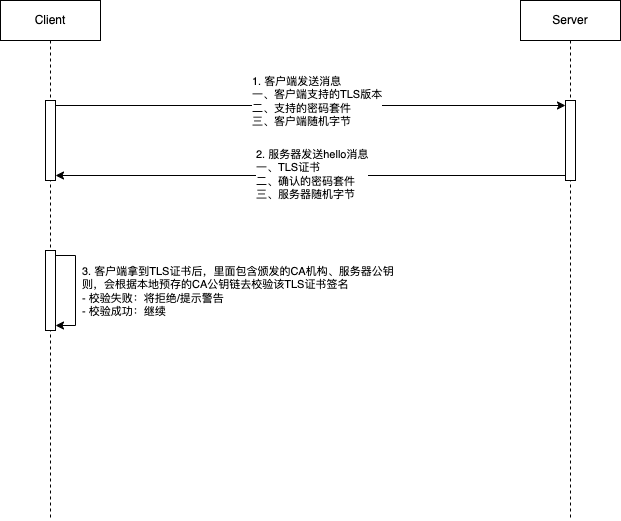
Earlier version of the draw.io export TLS协议.drawio.png (JYbill/draw). Source tidied: cells renumbered, new cells last; positions are measured from the earlier drawing's top-left corner, leaving out a move shared by most shapes.
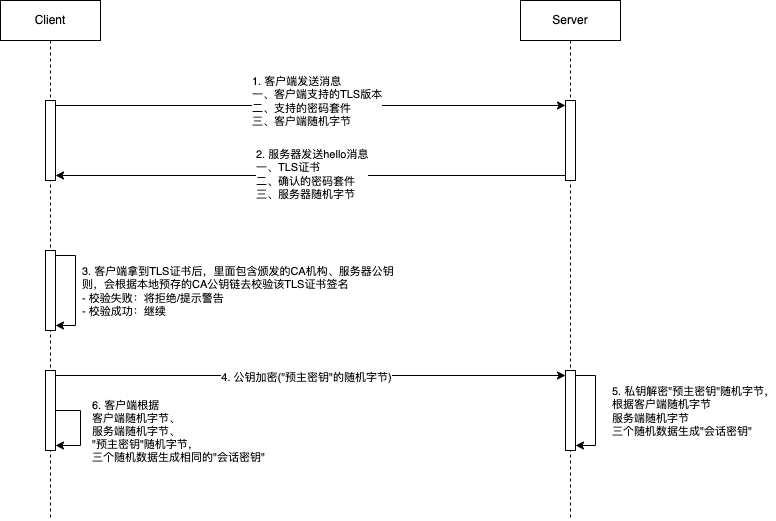
The same file after the commit.

Diff of the diagram source:
```diff
@@ -19,12 +19,39 @@
         <mxPoint x="1" y="-2" as="offset" />
       </mxGeometry>
     </mxCell>
+    <mxCell id="13" style="html=1;points=[[0,0,0,0,5],[0,1,0,0,-5],[1,0,0,0,5],[1,0.5,0,0,0],[1,1,0,0,-5]];perimeter=orthogonalPerimeter;outlineConnect=0;targetShapes=umlLifeline;portConstraint=eastwest;newEdgeStyle={&quot;curved&quot;:0,&quot;rounded&quot;:0};" parent="2" vertex="1">
+      <mxGeometry x="45" y="370" width="10" height="80" as="geometry" />
+    </mxCell>
+    <mxCell id="14" style="edgeStyle=orthogonalEdgeStyle;rounded=0;orthogonalLoop=1;jettySize=auto;html=1;curved=0;exitX=1;exitY=0.5;exitDx=0;exitDy=0;exitPerimeter=0;entryX=1;entryY=1;entryDx=0;entryDy=-5;entryPerimeter=0;" parent="2" edge="1" source="13" target="13">
+      <mxGeometry relative="1" as="geometry">
+        <Array as="points">
+          <mxPoint x="80" y="410" />
+          <mxPoint x="80" y="445" />
+        </Array>
+      </mxGeometry>
+    </mxCell>
+    <mxCell id="15" value="6. 客户端根据&lt;br&gt;客户端随机字节、&lt;br&gt;服务端随机字节、&lt;br&gt;&quot;预主密钥&quot;随机字节，&lt;br&gt;三个随机数据生成相同的&quot;会话密钥&quot;" style="edgeLabel;html=1;align=left;verticalAlign=middle;" parent="14" vertex="1">
+      <mxGeometry x="0.06" relative="1" as="geometry">
+        <mxPoint x="10" as="offset" />
+      </mxGeometry>
+    </mxCell>
     <mxCell id="7" value="Server" style="shape=umlLifeline;perimeter=lifelinePerimeter;whiteSpace=wrap;html=1;newEdgeStyle={&quot;curved&quot;:0,&quot;rounded&quot;:0};" parent="1" vertex="1">
       <mxGeometry x="520" width="100" height="520" as="geometry" />
     </mxCell>
     <mxCell id="8" style="html=1;points=[[0,0,0,0,5],[0,1,0,0,-5],[1,0,0,0,5],[1,1,0,0,-5]];perimeter=orthogonalPerimeter;outlineConnect=0;targetShapes=umlLifeline;portConstraint=eastwest;newEdgeStyle={&quot;curved&quot;:0,&quot;rounded&quot;:0};" parent="7" vertex="1">
       <mxGeometry x="45" y="100" width="10" height="80" as="geometry" />
     </mxCell>
+    <mxCell id="16" style="html=1;points=[[0,0,0,0,5],[0,1,0,0,-5],[1,0,0,0,5],[1,1,0,0,-5]];perimeter=orthogonalPerimeter;outlineConnect=0;targetShapes=umlLifeline;portConstraint=eastwest;newEdgeStyle={&quot;curved&quot;:0,&quot;rounded&quot;:0};" parent="7" vertex="1">
+      <mxGeometry x="45" y="370" width="10" height="80" as="geometry" />
+    </mxCell>
+    <mxCell id="17" style="edgeStyle=orthogonalEdgeStyle;rounded=0;orthogonalLoop=1;jettySize=auto;html=1;curved=0;exitX=1;exitY=0;exitDx=0;exitDy=5;exitPerimeter=0;entryX=1;entryY=1;entryDx=0;entryDy=-5;entryPerimeter=0;" parent="7" edge="1" source="16" target="16">
+      <mxGeometry relative="1" as="geometry" />
+    </mxCell>
+    <mxCell id="18" value="5. 私钥解密&quot;预主密钥&quot;随机字节，&lt;br&gt;根据客户端随机字节&lt;br&gt;服务端随机字节&lt;br&gt;三个随机数据生成&quot;会话密钥&quot;" style="edgeLabel;html=1;align=left;verticalAlign=middle;" parent="17" vertex="1">
+      <mxGeometry x="-0.02" y="1" relative="1" as="geometry">
+        <mxPoint x="14" y="1" as="offset" />
+      </mxGeometry>
+    </mxCell>
     <mxCell id="9" style="edgeStyle=orthogonalEdgeStyle;rounded=0;jettySize=auto;html=1;curved=0;exitX=1;exitY=0;exitDx=0;exitDy=5;exitPerimeter=0;entryX=0;entryY=0;entryDx=0;entryDy=5;entryPerimeter=0;" parent="1" edge="1" source="3" target="8">
       <mxGeometry relative="1" as="geometry" />
     </mxCell>
@@ -39,5 +66,11 @@
     <mxCell id="12" value="2. 服务器发送hello消息&lt;br&gt;一、TLS证书&lt;br&gt;二、确认的密码套件&lt;br&gt;三、服务器随机字节" style="edgeLabel;html=1;align=left;verticalAlign=middle;" parent="11" vertex="1">
       <mxGeometry x="0.22" y="-2" relative="1" as="geometry" />
     </mxCell>
+    <mxCell id="19" style="edgeStyle=orthogonalEdgeStyle;rounded=0;jettySize=auto;html=1;curved=0;exitX=1;exitY=0;exitDx=0;exitDy=5;exitPerimeter=0;entryX=0;entryY=0;entryDx=0;entryDy=5;entryPerimeter=0;" parent="1" edge="1" source="13" target="16">
+      <mxGeometry relative="1" as="geometry" />
+    </mxCell>
+    <mxCell id="20" value="4. 公钥加密(&quot;预主密钥&quot;的随机字节)" style="edgeLabel;html=1;align=center;verticalAlign=middle;" parent="19" vertex="1">
+      <mxGeometry x="-0.02" y="-1" relative="1" as="geometry" />
+    </mxCell>
   </root>
 </mxGraphModel>
```
